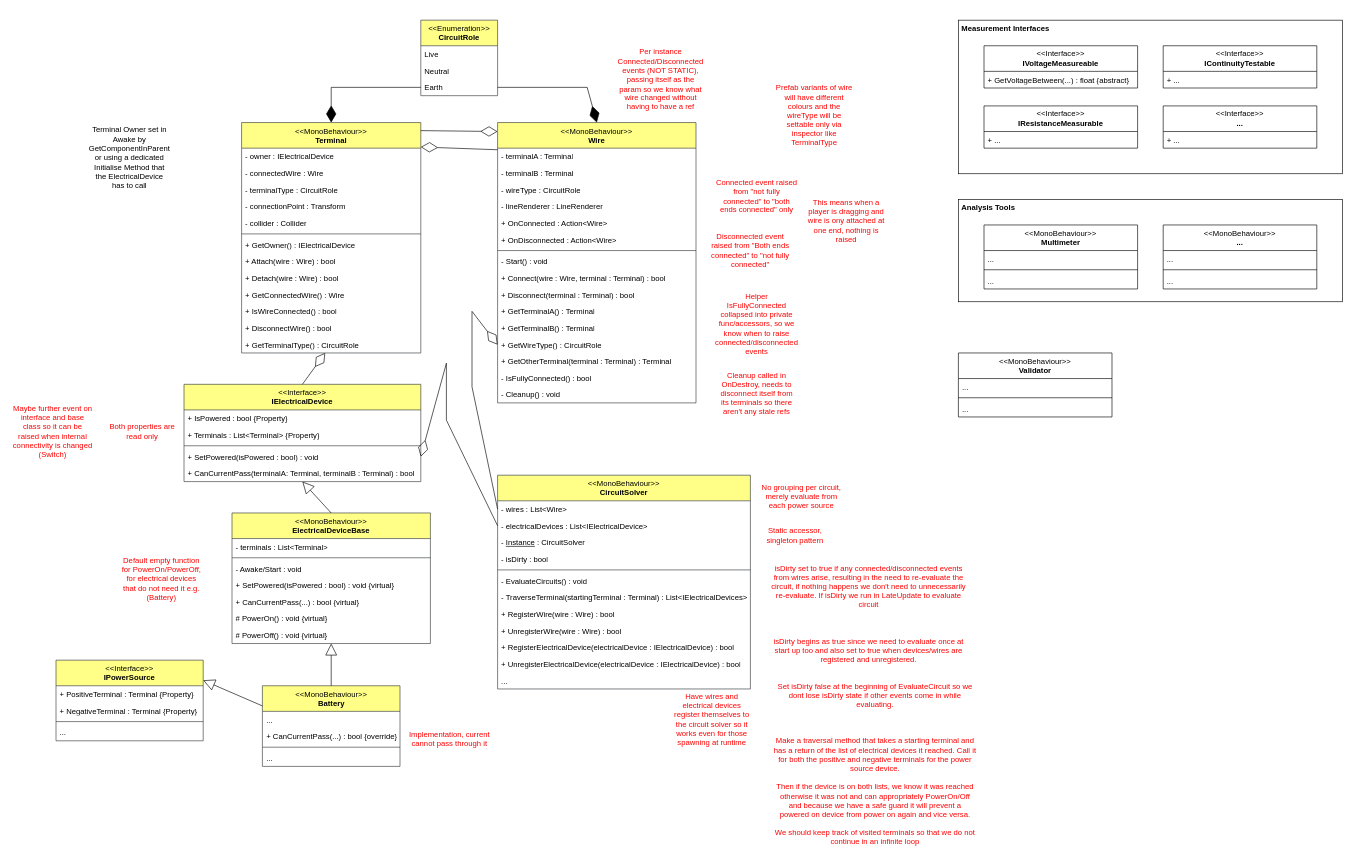
The draw.io diagram Spark System Designs.drawio in TheMGLegends/Spark, before the edit. Source tidied: cells renumbered, new cells numbered last; positions are measured from the earlier drawing's top-left corner, leaving out a move shared by most shapes. Both pictures are drawn from the tidied source at 64%, with x=0, y=0 at pixel (11, 20).
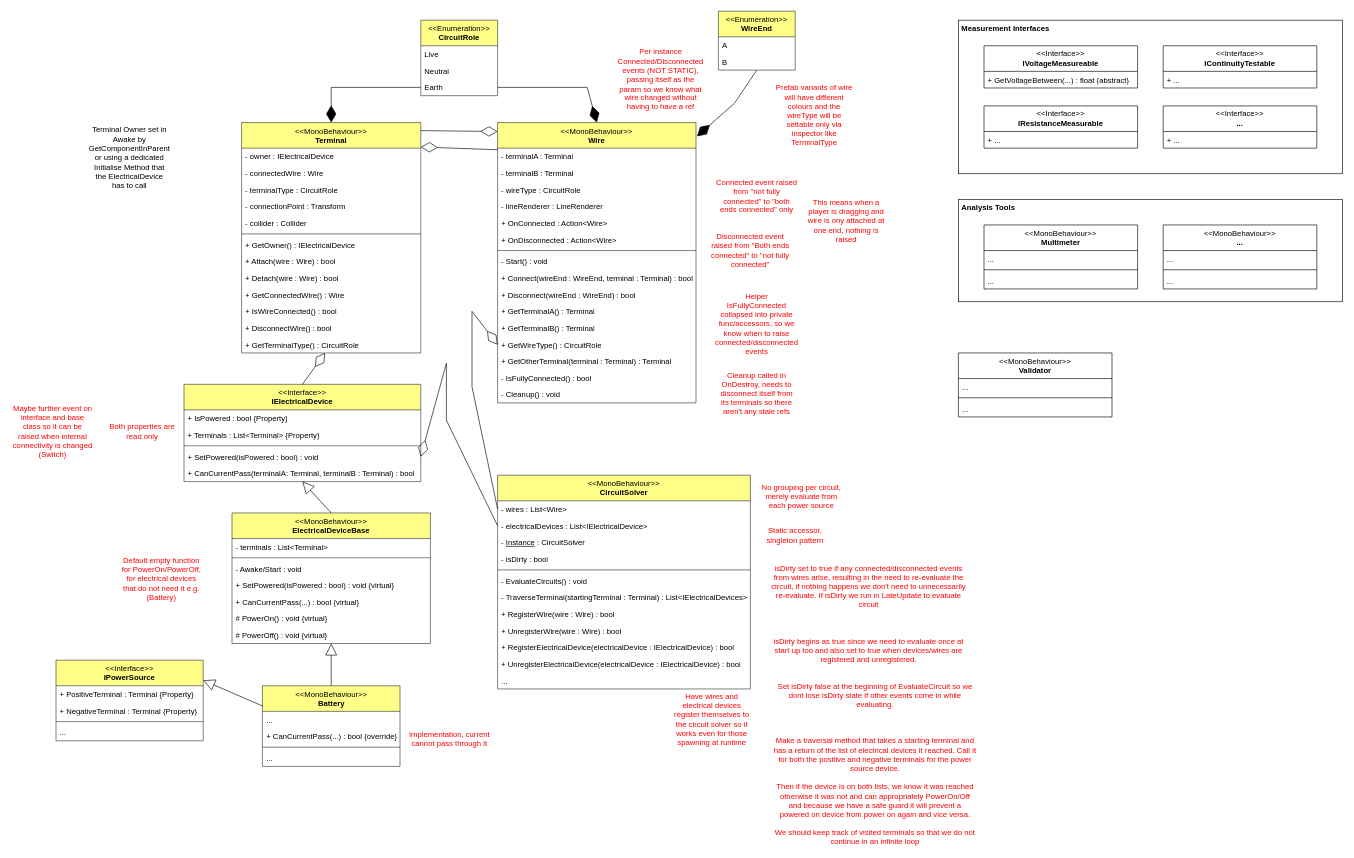
The same page after the edit.

Commit message (it also covers changes not shown here):
Implemented Wire Class

The change refers to these unchanged cells:
```xml
<mxCell id="21" value="&lt;div&gt;&lt;span style=&quot;font-weight: normal;&quot;&gt;&amp;lt;&amp;lt;MonoBehaviour&amp;gt;&amp;gt;&lt;/span&gt;&lt;/div&gt;Wire" style="swimlane;fontStyle=1;align=center;verticalAlign=top;horizontal=1;startSize=40;whiteSpace=wrap;html=1;fillColor=#ffff88;strokeColor=#36393d;" parent="1" vertex="1">
  <mxGeometry x="760" y="160" width="310" height="438" as="geometry" />
</mxCell>
```

The edit, as a diff of the source:
```diff
@@
-    <mxCell id="30" value="+ Connect(wire : Wire, terminal : Terminal) : bool" style="text;strokeColor=none;fillColor=none;align=left;verticalAlign=top;spacingLeft=4;spacingRight=4;overflow=hidden;whiteSpace=wrap;html=1;" parent="21" vertex="1">
+    <mxCell id="30" value="+ Connect(wireEnd : WireEnd, terminal : Terminal) : bool" style="text;strokeColor=none;fillColor=none;align=left;verticalAlign=top;spacingLeft=4;spacingRight=4;overflow=hidden;whiteSpace=wrap;html=1;" parent="21" vertex="1">
       <mxGeometry y="230" width="310" height="26" as="geometry" />
     </mxCell>
-    <mxCell id="31" value="+ Disconnect(terminal : Terminal) : bool" style="text;strokeColor=none;fillColor=none;align=left;verticalAlign=top;spacingLeft=4;spacingRight=4;overflow=hidden;whiteSpace=wrap;html=1;" parent="21" vertex="1">
+    <mxCell id="31" value="+ Disconnect(wireEnd : WireEnd) : bool" style="text;strokeColor=none;fillColor=none;align=left;verticalAlign=top;spacingLeft=4;spacingRight=4;overflow=hidden;whiteSpace=wrap;html=1;" parent="21" vertex="1">
       <mxGeometry y="256" width="310" height="26" as="geometry" />
     </mxCell>
@@
+    <mxCell id="127" value="&lt;div&gt;&amp;lt;&amp;lt;Enumeration&amp;gt;&amp;gt;&lt;/div&gt;&lt;b&gt;WireEnd&lt;/b&gt;" style="swimlane;fontStyle=0;horizontal=1;startSize=40;fillColor=#ffff88;whiteSpace=wrap;html=1;strokeColor=#36393d;" parent="1" vertex="1">
+      <mxGeometry x="1105" y="-14" width="120" height="92" as="geometry" />
+    </mxCell>
+    <mxCell id="128" value="A" style="text;strokeColor=none;fillColor=none;align=left;verticalAlign=top;spacingLeft=4;spacingRight=4;overflow=hidden;whiteSpace=wrap;html=1;" parent="127" vertex="1">
+      <mxGeometry y="40" width="120" height="26" as="geometry" />
+    </mxCell>
+    <mxCell id="129" value="B" style="text;strokeColor=none;fillColor=none;align=left;verticalAlign=top;spacingLeft=4;spacingRight=4;overflow=hidden;whiteSpace=wrap;html=1;" parent="127" vertex="1">
+      <mxGeometry y="66" width="120" height="26" as="geometry" />
+    </mxCell>
+    <mxCell id="130" style="endArrow=diamondThin;endFill=1;endSize=24;html=1;rounded=0;entryX=1.005;entryY=0.049;entryDx=0;entryDy=0;exitX=0.5;exitY=1;exitDx=0;exitDy=0;entryPerimeter=0;" parent="1" edge="1" source="127" target="21">
+      <mxGeometry x="-0.46" relative="1" as="geometry">
+        <Array as="points">
+          <mxPoint x="1130" y="130" />
+        </Array>
+      </mxGeometry>
+    </mxCell>
```
